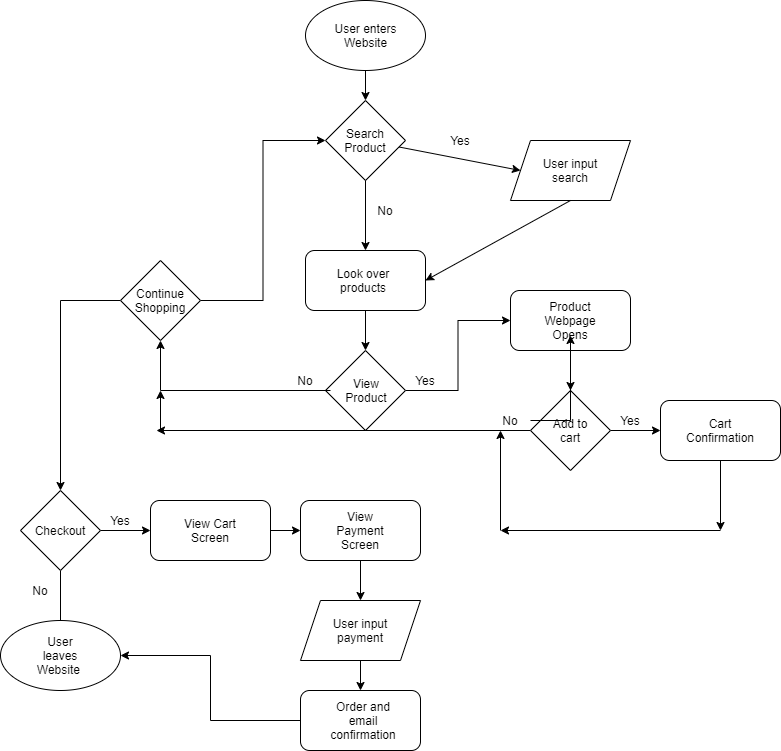
AndrewDPham/sp21-cse110-lab4 keeps this draw.io diagram as part2/part2.drawio.png. Above is the earlier version. Source tidied: cells renumbered, new cells last; positions are measured from the earlier drawing's top-left corner, leaving out a move shared by most shapes.
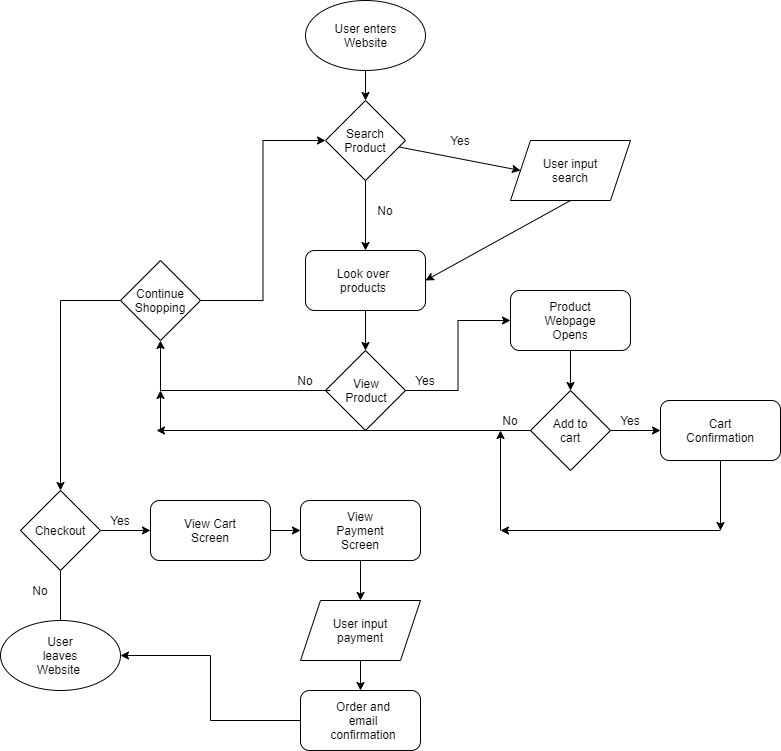
The same file after the commit.

The edit, as a diff of the source:
```diff
@@ -165,9 +165,6 @@
     <mxCell id="49" value="Yes" style="text;html=1;strokeColor=none;fillColor=none;align=center;verticalAlign=middle;whiteSpace=wrap;rounded=0;" parent="1" vertex="1">
       <mxGeometry x="610" y="410" width="40" height="20" as="geometry" />
     </mxCell>
-    <mxCell id="50" style="edgeStyle=orthogonalEdgeStyle;rounded=0;jettySize=auto;html=1;" parent="1" edge="1" source="51" target="43">
-      <mxGeometry relative="1" as="geometry" />
-    </mxCell>
     <mxCell id="51" value="No" style="text;html=1;strokeColor=none;fillColor=none;align=center;verticalAlign=middle;whiteSpace=wrap;rounded=0;" parent="1" vertex="1">
       <mxGeometry x="490" y="410" width="40" height="20" as="geometry" />
     </mxCell>
```
